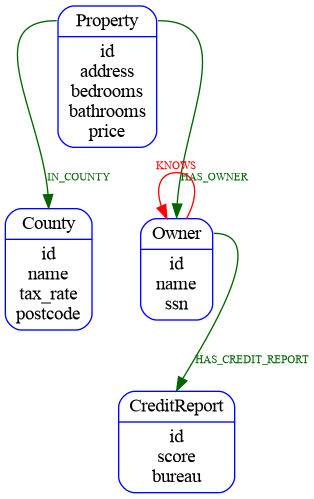
This is docs/graph.png from maguec/SpannerPropertyGraph, a Graphviz export, as it was before one commit. Its source is kept beside it as docs/graph.dot.
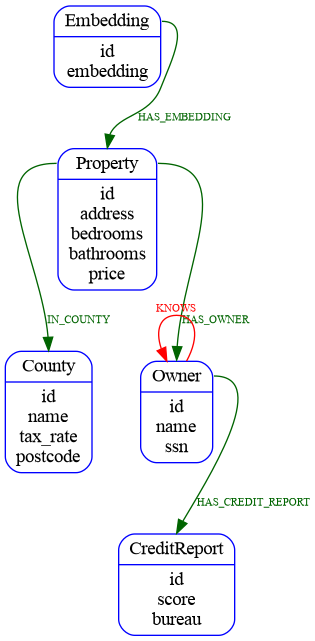
The same file after the commit.

Diff of the diagram source:
```diff
@@ -7,9 +7,11 @@
   County [label="{<f0> County|<f1> id\nname\ntax_rate\npostcode}"];
   Owner [label="{<f0> Owner|<f1> id\nname\nssn}"];
   CreditReport [label="{<f0> CreditReport|<f1> id\nscore\nbureau}"];
+  Embedding [label="{<f0> Embedding|<f1> id\nembedding}"];
 
   Property:f0 -> County:f0 [label=IN_COUNTY];
   Property:f0 -> Owner:f0 [label=HAS_OWNER];
   Owner:f0 -> CreditReport:f0 [label=HAS_CREDIT_REPORT];
   Owner:f0 -> Owner:f0 [label=KNOWS,color=red, fontcolor=red];
+  Embedding:f0 -> Property:f0 [label=HAS_EMBEDDING];
 }
```
